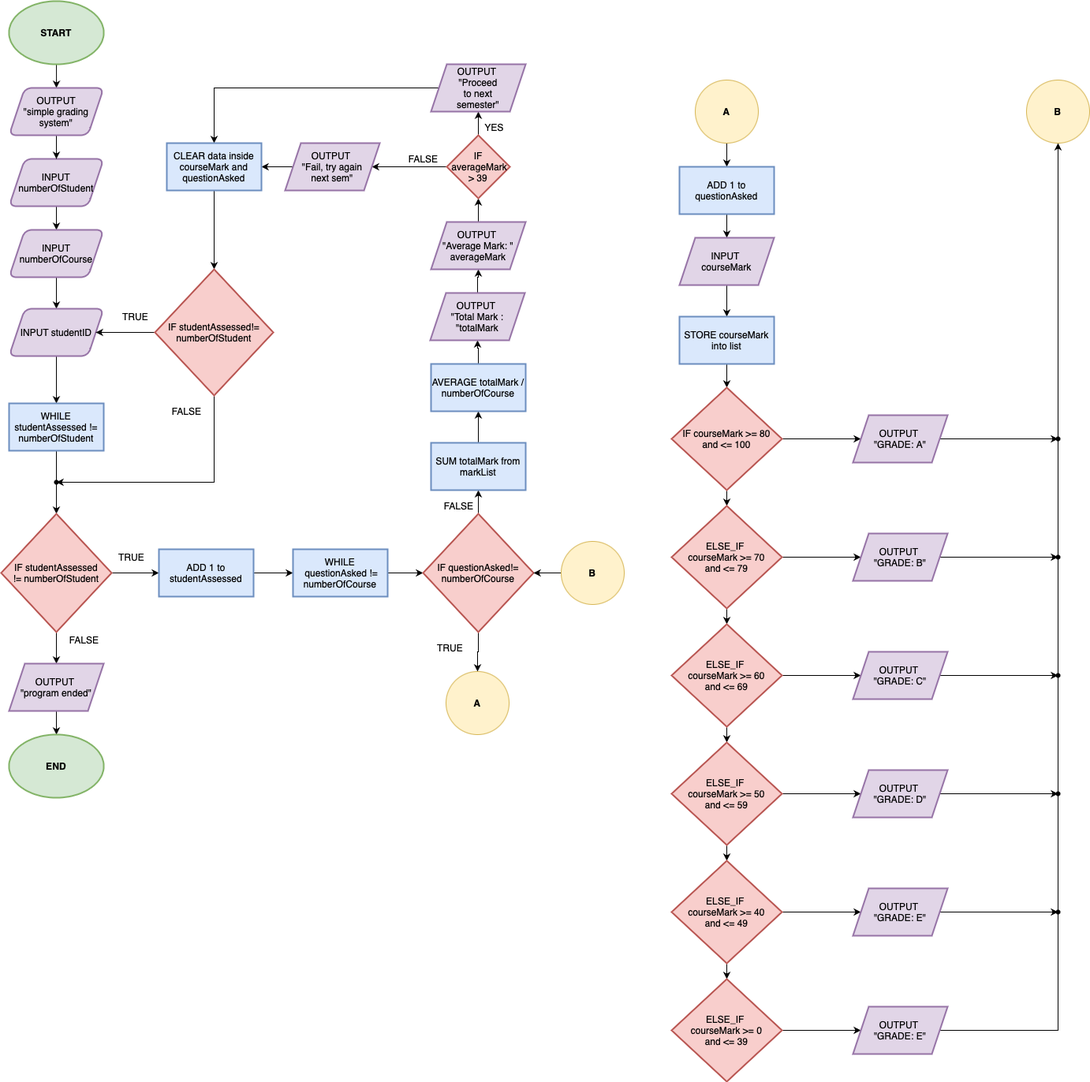
erwanfadlys/OUM_Final keeps this draw.io diagram as Untitled Diagram.png. Above is the earlier version. Source tidied: cells renumbered, new cells last; positions are measured from the earlier drawing's top-left corner, leaving out a move shared by most shapes.
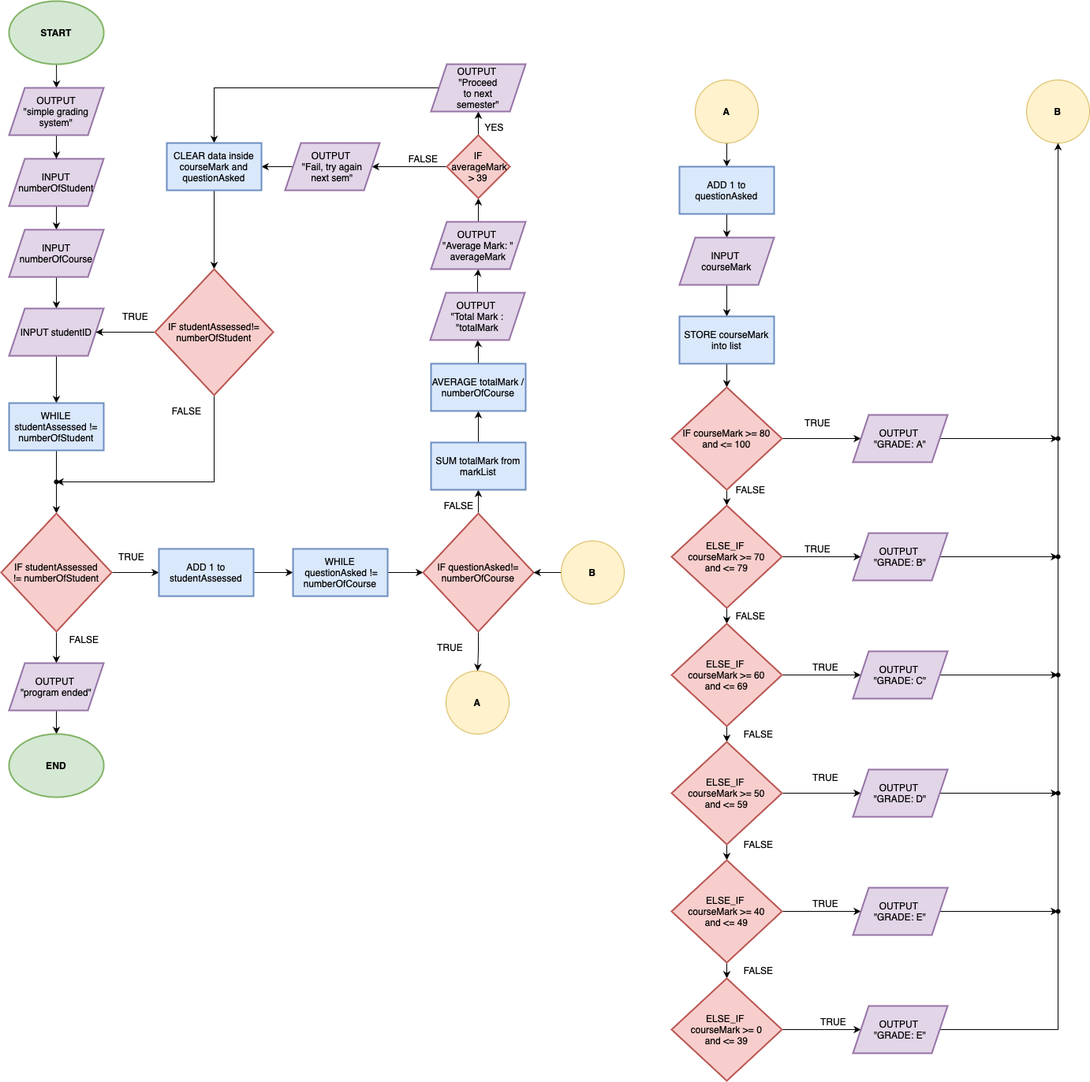
Later version of the same file.

Commit message:
FINAL Simple Grading System

Diff of the diagram source:
```diff
@@ -15,13 +15,13 @@
     <mxCell id="4" style="edgeStyle=orthogonalEdgeStyle;rounded=0;jettySize=auto;html=1;" parent="1" edge="1" source="5" target="7">
       <mxGeometry relative="1" as="geometry" />
     </mxCell>
-    <mxCell id="5" value="INPUT&lt;br&gt;numberOfStudent" style="shape=parallelogram;perimeter=parallelogramPerimeter;whiteSpace=wrap;html=1;fixedSize=1;rounded=1;fillColor=#e1d5e7;strokeColor=#9673a6;strokeWidth=2;" parent="1" vertex="1">
+    <mxCell id="5" value="INPUT&lt;br&gt;numberOfStudent" style="shape=parallelogram;perimeter=parallelogramPerimeter;whiteSpace=wrap;html=1;fixedSize=1;rounded=0;fillColor=#e1d5e7;strokeColor=#9673a6;strokeWidth=2;" parent="1" vertex="1">
       <mxGeometry x="10" y="200" width="120" height="60" as="geometry" />
     </mxCell>
     <mxCell id="6" style="edgeStyle=orthogonalEdgeStyle;rounded=0;jettySize=auto;html=1;" parent="1" edge="1" source="7" target="9">
       <mxGeometry relative="1" as="geometry" />
     </mxCell>
-    <mxCell id="7" value="INPUT numberOfCourse" style="shape=parallelogram;perimeter=parallelogramPerimeter;whiteSpace=wrap;html=1;fixedSize=1;rounded=1;fillColor=#e1d5e7;strokeColor=#9673a6;strokeWidth=2;" parent="1" vertex="1">
+    <mxCell id="7" value="INPUT numberOfCourse" style="shape=parallelogram;perimeter=parallelogramPerimeter;whiteSpace=wrap;html=1;fixedSize=1;rounded=0;fillColor=#e1d5e7;strokeColor=#9673a6;strokeWidth=2;" parent="1" vertex="1">
       <mxGeometry x="10" y="290" width="120" height="60" as="geometry" />
     </mxCell>
     <mxCell id="8" style="edgeStyle=orthogonalEdgeStyle;rounded=0;jettySize=auto;html=1;" parent="1" edge="1" source="9">
@@ -29,7 +29,7 @@
         <mxPoint x="70" y="510" as="targetPoint" />
       </mxGeometry>
     </mxCell>
-    <mxCell id="9" value="INPUT studentID" style="shape=parallelogram;perimeter=parallelogramPerimeter;whiteSpace=wrap;html=1;fixedSize=1;rounded=1;fillColor=#e1d5e7;strokeColor=#9673a6;strokeWidth=2;" parent="1" vertex="1">
+    <mxCell id="9" value="INPUT studentID" style="shape=parallelogram;perimeter=parallelogramPerimeter;whiteSpace=wrap;html=1;fixedSize=1;rounded=0;fillColor=#e1d5e7;strokeColor=#9673a6;strokeWidth=2;" parent="1" vertex="1">
       <mxGeometry x="10" y="390" width="120" height="60" as="geometry" />
     </mxCell>
     <mxCell id="10" style="edgeStyle=orthogonalEdgeStyle;rounded=0;jettySize=auto;html=1;" parent="1" edge="1" source="11">
@@ -152,7 +152,7 @@
     <mxCell id="47" style="edgeStyle=orthogonalEdgeStyle;rounded=0;jettySize=auto;html=1;" parent="1" edge="1" source="48" target="5">
       <mxGeometry relative="1" as="geometry" />
     </mxCell>
-    <mxCell id="48" value="OUTPUT&lt;br&gt;&quot;simple grading system&quot;" style="shape=parallelogram;perimeter=parallelogramPerimeter;whiteSpace=wrap;html=1;fixedSize=1;rounded=1;fillColor=#e1d5e7;strokeColor=#9673a6;strokeWidth=2;" parent="1" vertex="1">
+    <mxCell id="48" value="OUTPUT&lt;br&gt;&quot;simple grading system&quot;" style="shape=parallelogram;perimeter=parallelogramPerimeter;whiteSpace=wrap;html=1;fixedSize=1;rounded=0;fillColor=#e1d5e7;strokeColor=#9673a6;strokeWidth=2;" parent="1" vertex="1">
       <mxGeometry x="10" y="110" width="120" height="60" as="geometry" />
     </mxCell>
     <mxCell id="49" style="edgeStyle=orthogonalEdgeStyle;rounded=0;jettySize=auto;html=1;" parent="1" edge="1" source="50">
@@ -323,5 +323,38 @@
     <mxCell id="102" value="END" style="ellipse;whiteSpace=wrap;html=1;fontStyle=1;fillColor=#d5e8d4;strokeColor=#82b366;strokeWidth=2;" parent="1" vertex="1">
       <mxGeometry x="10" y="930" width="120" height="80" as="geometry" />
     </mxCell>
+    <mxCell id="103" value="TRUE" style="text;html=1;align=center;verticalAlign=middle;strokeColor=none;" parent="1" vertex="1">
+      <mxGeometry x="1010" y="525" width="50" height="20" as="geometry" />
+    </mxCell>
+    <mxCell id="104" value="FALSE" style="text;html=1;align=center;verticalAlign=middle;strokeColor=none;" parent="1" vertex="1">
+      <mxGeometry x="925" y="610" width="50" height="20" as="geometry" />
+    </mxCell>
+    <mxCell id="105" value="TRUE" style="text;html=1;align=center;verticalAlign=middle;strokeColor=none;" parent="1" vertex="1">
+      <mxGeometry x="1010" y="685" width="50" height="20" as="geometry" />
+    </mxCell>
+    <mxCell id="106" value="FALSE" style="text;html=1;align=center;verticalAlign=middle;strokeColor=none;" parent="1" vertex="1">
+      <mxGeometry x="925" y="770" width="50" height="20" as="geometry" />
+    </mxCell>
+    <mxCell id="107" value="TRUE" style="text;html=1;align=center;verticalAlign=middle;strokeColor=none;" parent="1" vertex="1">
+      <mxGeometry x="1020" y="835" width="50" height="20" as="geometry" />
+    </mxCell>
+    <mxCell id="108" value="FALSE" style="text;html=1;align=center;verticalAlign=middle;strokeColor=none;" parent="1" vertex="1">
+      <mxGeometry x="935" y="920" width="50" height="20" as="geometry" />
+    </mxCell>
+    <mxCell id="109" value="TRUE" style="text;html=1;align=center;verticalAlign=middle;strokeColor=none;" parent="1" vertex="1">
+      <mxGeometry x="1020" y="975" width="50" height="20" as="geometry" />
+    </mxCell>
+    <mxCell id="110" value="FALSE" style="text;html=1;align=center;verticalAlign=middle;strokeColor=none;" parent="1" vertex="1">
+      <mxGeometry x="935" y="1060" width="50" height="20" as="geometry" />
+    </mxCell>
+    <mxCell id="111" value="TRUE" style="text;html=1;align=center;verticalAlign=middle;strokeColor=none;" parent="1" vertex="1">
+      <mxGeometry x="1020" y="1135" width="50" height="20" as="geometry" />
+    </mxCell>
+    <mxCell id="112" value="FALSE" style="text;html=1;align=center;verticalAlign=middle;strokeColor=none;" parent="1" vertex="1">
+      <mxGeometry x="935" y="1220" width="50" height="20" as="geometry" />
+    </mxCell>
+    <mxCell id="113" value="TRUE" style="text;html=1;align=center;verticalAlign=middle;strokeColor=none;" parent="1" vertex="1">
+      <mxGeometry x="1030" y="1285" width="50" height="20" as="geometry" />
+    </mxCell>
   </root>
 </mxGraphModel>
```
